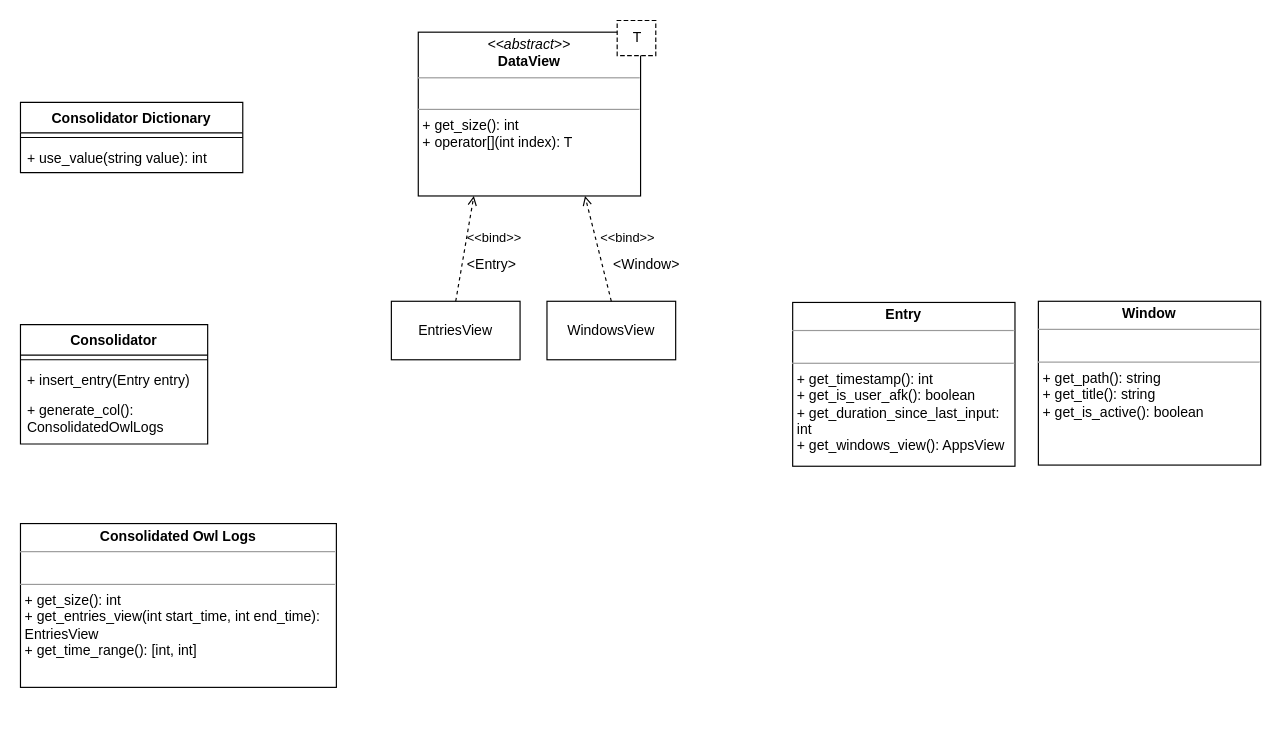
The draw.io diagram specifications/class diagram.drawio in Lutfi221/Owl-Data-Tools, before the edit. Source tidied: cells renumbered, new cells numbered last; positions are measured from the earlier drawing's top-left corner, leaving out a move shared by most shapes. Both pictures are drawn from the tidied source at 117%, with x=0, y=0 at pixel (20, 20).
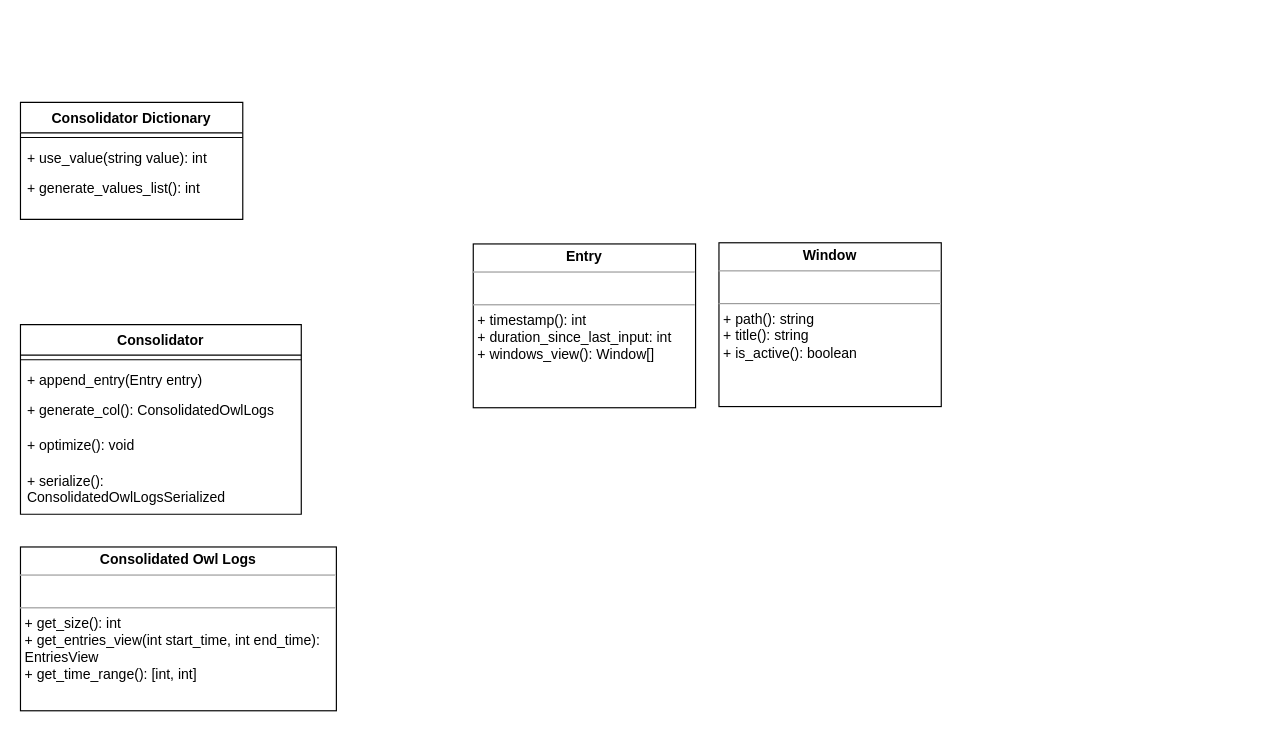
After the change.

Commit message:
Update class diagram

The edit, as a diff of the source:
```diff
@@
     <mxCell id="2" value="&lt;p style=&quot;margin:0px;margin-top:4px;text-align:center;&quot;&gt;&lt;b&gt;Consolidated Owl Logs&lt;/b&gt;&lt;/p&gt;&lt;hr size=&quot;1&quot;&gt;&lt;p style=&quot;margin:0px;margin-left:4px;&quot;&gt;&lt;br&gt;&lt;/p&gt;&lt;hr size=&quot;1&quot;&gt;&lt;p style=&quot;margin:0px;margin-left:4px;&quot;&gt;+ get_size(): int&lt;br&gt;+ get_entries_view(int start_time, int end_time): EntriesView&lt;/p&gt;&lt;p style=&quot;margin:0px;margin-left:4px;&quot;&gt;+ get_time_range(): [int, int]&lt;br&gt;&lt;/p&gt;" style="verticalAlign=top;align=left;overflow=fill;fontSize=12;fontFamily=Helvetica;html=1;whiteSpace=wrap;" parent="1" vertex="1">
-      <mxGeometry y="430" width="270" height="140" as="geometry" />
+      <mxGeometry y="450" width="270" height="140" as="geometry" />
     </mxCell>
-    <mxCell id="3" value="&lt;p style=&quot;margin:0px;margin-top:4px;text-align:center;&quot;&gt;&lt;b&gt;Entry&lt;/b&gt;&lt;/p&gt;&lt;hr size=&quot;1&quot;&gt;&lt;p style=&quot;margin:0px;margin-left:4px;&quot;&gt;&lt;br&gt;&lt;/p&gt;&lt;hr size=&quot;1&quot;&gt;&lt;p style=&quot;margin:0px;margin-left:4px;&quot;&gt;+ get_timestamp(): int&lt;/p&gt;&lt;p style=&quot;margin:0px;margin-left:4px;&quot;&gt;+ get_is_user_afk(): boolean&lt;/p&gt;&lt;p style=&quot;margin:0px;margin-left:4px;&quot;&gt;+ get_duration_since_last_input: int&lt;/p&gt;&lt;p style=&quot;margin:0px;margin-left:4px;&quot;&gt;+ get_windows_view(): AppsView&lt;/p&gt;" style="verticalAlign=top;align=left;overflow=fill;fontSize=12;fontFamily=Helvetica;html=1;whiteSpace=wrap;" parent="1" vertex="1">
-      <mxGeometry x="660" y="241" width="190" height="140" as="geometry" />
+    <mxCell id="3" value="&lt;p style=&quot;margin:0px;margin-top:4px;text-align:center;&quot;&gt;&lt;b&gt;Entry&lt;/b&gt;&lt;/p&gt;&lt;hr size=&quot;1&quot;&gt;&lt;p style=&quot;margin:0px;margin-left:4px;&quot;&gt;&lt;br&gt;&lt;/p&gt;&lt;hr size=&quot;1&quot;&gt;&lt;p style=&quot;margin:0px;margin-left:4px;&quot;&gt;+ timestamp(): int&lt;/p&gt;&lt;p style=&quot;margin:0px;margin-left:4px;&quot;&gt;+ duration_since_last_input: int&lt;/p&gt;&lt;p style=&quot;margin:0px;margin-left:4px;&quot;&gt;+ windows_view(): Window[]&lt;/p&gt;" style="verticalAlign=top;align=left;overflow=fill;fontSize=12;fontFamily=Helvetica;html=1;whiteSpace=wrap;" parent="1" vertex="1">
+      <mxGeometry x="387" y="191" width="190" height="140" as="geometry" />
     </mxCell>
-    <mxCell id="4" value="&lt;p style=&quot;margin:0px;margin-top:4px;text-align:center;&quot;&gt;&lt;i&gt;&amp;lt;&amp;lt;abstract&amp;gt;&amp;gt;&lt;/i&gt;&lt;br&gt;&lt;b&gt;DataView&lt;/b&gt;&lt;/p&gt;&lt;hr size=&quot;1&quot;&gt;&lt;p style=&quot;margin:0px;margin-left:4px;&quot;&gt;&lt;br&gt;&lt;/p&gt;&lt;hr size=&quot;1&quot;&gt;&lt;p style=&quot;margin:0px;margin-left:4px;&quot;&gt;+ get_size(): int&lt;br&gt;+ operator[](int index): T&lt;/p&gt;" style="verticalAlign=top;align=left;overflow=fill;fontSize=12;fontFamily=Helvetica;html=1;whiteSpace=wrap;" parent="1" vertex="1">
-      <mxGeometry x="340" y="10" width="190" height="140" as="geometry" />
-    </mxCell>
-    <mxCell id="5" value="T" style="shape=partialRectangle;html=1;top=1;align=center;dashed=1;" parent="1" vertex="1">
-      <mxGeometry x="510" width="33" height="30" as="geometry" />
-    </mxCell>
-    <mxCell id="6" value="EntriesView" style="html=1;whiteSpace=wrap;" parent="1" vertex="1">
-      <mxGeometry x="317" y="240" width="110" height="50" as="geometry" />
-    </mxCell>
-    <mxCell id="7" value="&amp;lt;&amp;lt;bind&amp;gt;&amp;gt;" style="endArrow=open;html=1;rounded=0;align=left;verticalAlign=bottom;dashed=1;endFill=0;labelBackgroundColor=none;exitX=0.5;exitY=0;exitDx=0;exitDy=0;entryX=0.25;entryY=1;entryDx=0;entryDy=0;" parent="1" edge="1" source="6" target="4">
-      <mxGeometry relative="1" as="geometry" />
-    </mxCell>
-    <mxCell id="8" value="&amp;lt;Entry&amp;gt;" style="html=1;align=left;verticalAlign=top;labelBackgroundColor=none;" parent="7" vertex="1">
-      <mxGeometry relative="1" as="geometry" />
-    </mxCell>
-    <mxCell id="9" value="WindowsView" style="html=1;whiteSpace=wrap;" parent="1" vertex="1">
-      <mxGeometry x="450" y="240" width="110" height="50" as="geometry" />
-    </mxCell>
-    <mxCell id="10" value="&amp;lt;&amp;lt;bind&amp;gt;&amp;gt;" style="endArrow=open;html=1;rounded=0;align=left;verticalAlign=bottom;dashed=1;endFill=0;labelBackgroundColor=none;exitX=0.5;exitY=0;exitDx=0;exitDy=0;entryX=0.75;entryY=1;entryDx=0;entryDy=0;" parent="1" edge="1" source="9" target="4">
-      <mxGeometry relative="1" as="geometry" />
-    </mxCell>
-    <mxCell id="11" value="&amp;lt;Window&amp;gt;" style="html=1;align=left;verticalAlign=top;labelBackgroundColor=none;" parent="10" vertex="1">
-      <mxGeometry relative="1" as="geometry">
-        <mxPoint x="11" as="offset" />
-      </mxGeometry>
-    </mxCell>
-    <mxCell id="12" value="&lt;p style=&quot;margin:0px;margin-top:4px;text-align:center;&quot;&gt;&lt;b&gt;Window&lt;/b&gt;&lt;/p&gt;&lt;hr size=&quot;1&quot;&gt;&lt;p style=&quot;margin:0px;margin-left:4px;&quot;&gt;&lt;br&gt;&lt;/p&gt;&lt;hr size=&quot;1&quot;&gt;&lt;p style=&quot;margin:0px;margin-left:4px;&quot;&gt;+ get_path(): string&lt;/p&gt;&lt;p style=&quot;margin:0px;margin-left:4px;&quot;&gt;+ get_title(): string&lt;/p&gt;&lt;p style=&quot;margin:0px;margin-left:4px;&quot;&gt;+ get_is_active(): boolean&lt;/p&gt;" style="verticalAlign=top;align=left;overflow=fill;fontSize=12;fontFamily=Helvetica;html=1;whiteSpace=wrap;" parent="1" vertex="1">
-      <mxGeometry x="870" y="240" width="190" height="140" as="geometry" />
+    <mxCell id="12" value="&lt;p style=&quot;margin:0px;margin-top:4px;text-align:center;&quot;&gt;&lt;b&gt;Window&lt;/b&gt;&lt;/p&gt;&lt;hr size=&quot;1&quot;&gt;&lt;p style=&quot;margin:0px;margin-left:4px;&quot;&gt;&lt;br&gt;&lt;/p&gt;&lt;hr size=&quot;1&quot;&gt;&lt;p style=&quot;margin:0px;margin-left:4px;&quot;&gt;+ path(): string&lt;/p&gt;&lt;p style=&quot;margin:0px;margin-left:4px;&quot;&gt;+ title(): string&lt;/p&gt;&lt;p style=&quot;margin:0px;margin-left:4px;&quot;&gt;+ is_active(): boolean&lt;/p&gt;" style="verticalAlign=top;align=left;overflow=fill;fontSize=12;fontFamily=Helvetica;html=1;whiteSpace=wrap;" parent="1" vertex="1">
+      <mxGeometry x="597" y="190" width="190" height="140" as="geometry" />
     </mxCell>
     <mxCell id="13" value="Consolidator" style="swimlane;fontStyle=1;align=center;verticalAlign=top;horizontal=1;startSize=26;whiteSpace=wrap;html=1;" parent="1" vertex="1">
-      <mxGeometry y="260" width="160" height="102" as="geometry" />
+      <mxGeometry y="260" width="240" height="162" as="geometry" />
     </mxCell>
     <mxCell id="14" style="line;strokeWidth=1;fillColor=none;align=left;verticalAlign=middle;spacingTop=-1;spacingLeft=3;spacingRight=3;labelPosition=right;strokeColor=inherit;" parent="13" vertex="1">
-      <mxGeometry y="26" width="160" height="8" as="geometry" />
+      <mxGeometry y="26" width="240" height="8" as="geometry" />
     </mxCell>
-    <mxCell id="15" value="+ insert_entry(Entry entry)" style="text;strokeColor=none;fillColor=none;align=left;verticalAlign=top;spacingLeft=4;spacingRight=4;overflow=hidden;whiteSpace=wrap;html=1;" parent="13" vertex="1">
-      <mxGeometry y="34" width="160" height="26" as="geometry" />
+    <mxCell id="15" value="+ append_entry(Entry entry)" style="text;strokeColor=none;fillColor=none;align=left;verticalAlign=top;spacingLeft=4;spacingRight=4;overflow=hidden;whiteSpace=wrap;html=1;" parent="13" vertex="1">
+      <mxGeometry y="34" width="240" height="26" as="geometry" />
     </mxCell>
     <mxCell id="16" value="+ generate_col(): ConsolidatedOwlLogs" style="text;strokeColor=none;fillColor=none;align=left;verticalAlign=top;spacingLeft=4;spacingRight=4;overflow=hidden;whiteSpace=wrap;html=1;" parent="13" vertex="1">
-      <mxGeometry y="60" width="160" height="42" as="geometry" />
+      <mxGeometry y="60" width="240" height="30" as="geometry" />
     </mxCell>
+    <mxCell id="20" value="+ optimize(): void" style="text;strokeColor=none;fillColor=none;align=left;verticalAlign=top;spacingLeft=4;spacingRight=4;overflow=hidden;whiteSpace=wrap;html=1;" parent="13" vertex="1">
+      <mxGeometry y="90" width="240" height="30" as="geometry" />
+    </mxCell>
+    <mxCell id="21" value="+ serialize(): ConsolidatedOwlLogsSerialized" style="text;strokeColor=none;fillColor=none;align=left;verticalAlign=top;spacingLeft=4;spacingRight=4;overflow=hidden;whiteSpace=wrap;html=1;" parent="13" vertex="1">
+      <mxGeometry y="120" width="240" height="42" as="geometry" />
+    </mxCell>
     <mxCell id="17" value="Consolidator Dictionary" style="swimlane;fontStyle=1;align=center;verticalAlign=top;horizontal=1;startSize=26;whiteSpace=wrap;html=1;" parent="1" vertex="1">
-      <mxGeometry y="70" width="190" height="60" as="geometry" />
+      <mxGeometry y="70" width="190" height="100" as="geometry" />
     </mxCell>
@@
+    <mxCell id="22" value="+ generate_values_list(): int" style="text;strokeColor=none;fillColor=none;align=left;verticalAlign=top;spacingLeft=4;spacingRight=4;overflow=hidden;whiteSpace=wrap;html=1;" parent="17" vertex="1">
+      <mxGeometry y="60" width="190" height="40" as="geometry" />
+    </mxCell>
```
